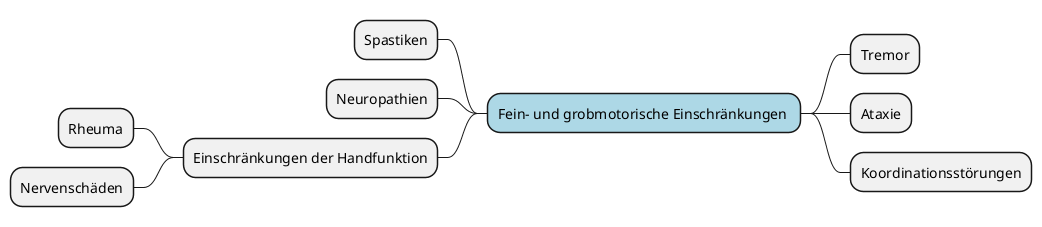
This is mindmap/generated/physical-subcategories/mindmap-physical-fein--und-grobmotorische-einschraenkungen.png from marcgauch/Masterarbeit-Daten, a PlantUML export, as it was before one commit.
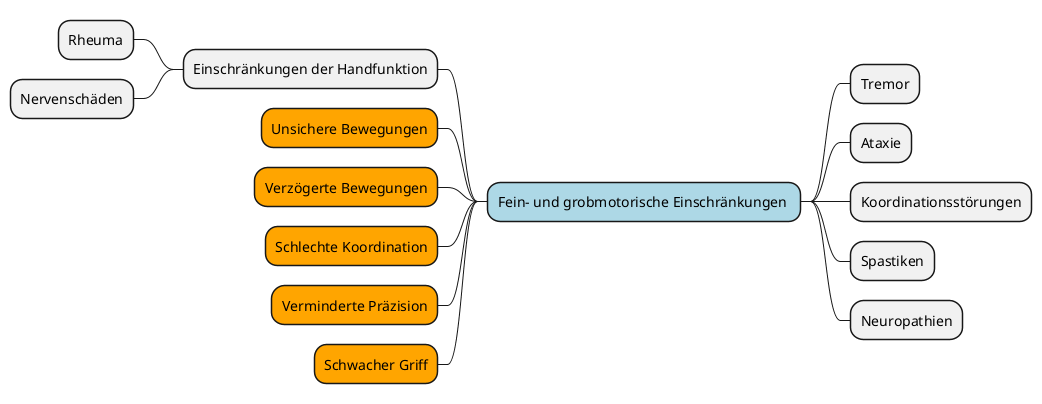
The same file after the commit.

Commit message:
ADDED: Mindmap more conditions

Diff of the diagram source:
```diff
@@ -14,10 +14,15 @@
 	* Tremor
 	* Ataxie
 	* Koordinationsstörungen
-left side
 	* Spastiken
 	* Neuropathien
+left side
 	* Einschränkungen der Handfunktion
 		* Rheuma
 		* Nervenschäden
+	* Unsichere Bewegungen<<orange>>
+	* Verzögerte Bewegungen<<orange>>
+	* Schlechte Koordination<<orange>>
+	* Verminderte Präzision<<orange>>
+	* Schwacher Griff<<orange>>
 @endmindmap
```
